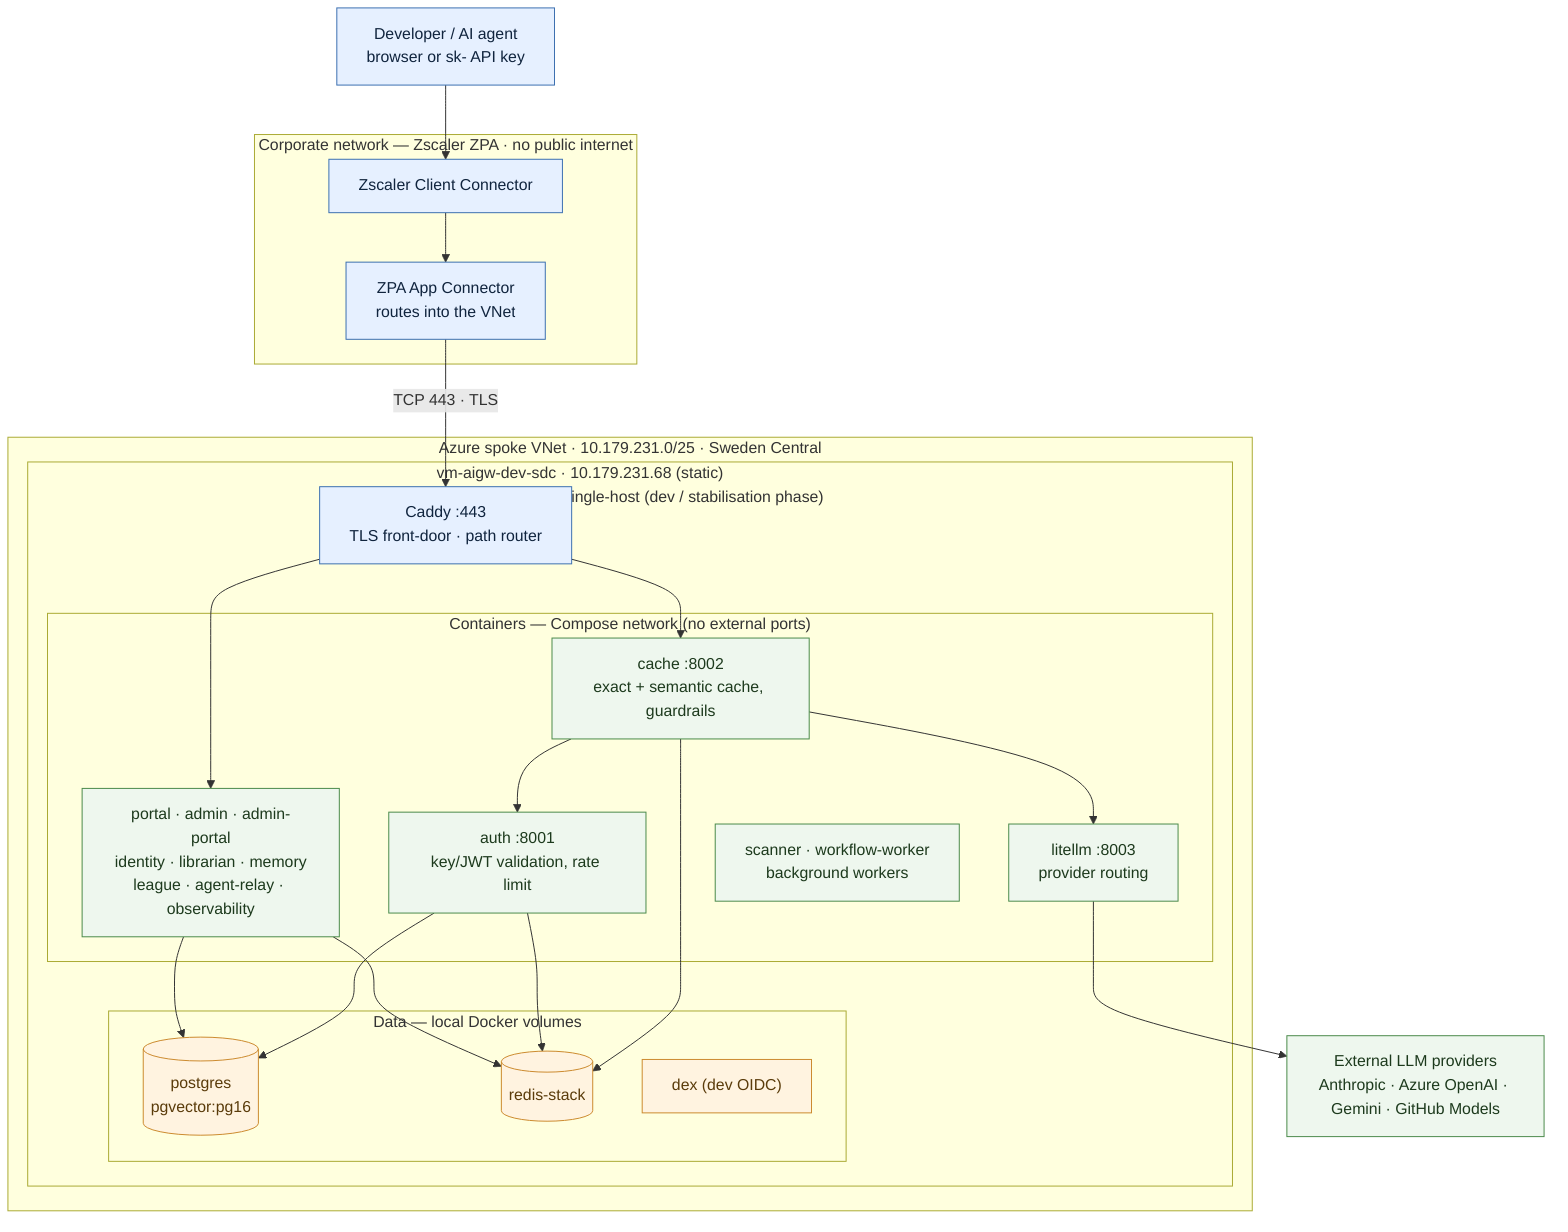
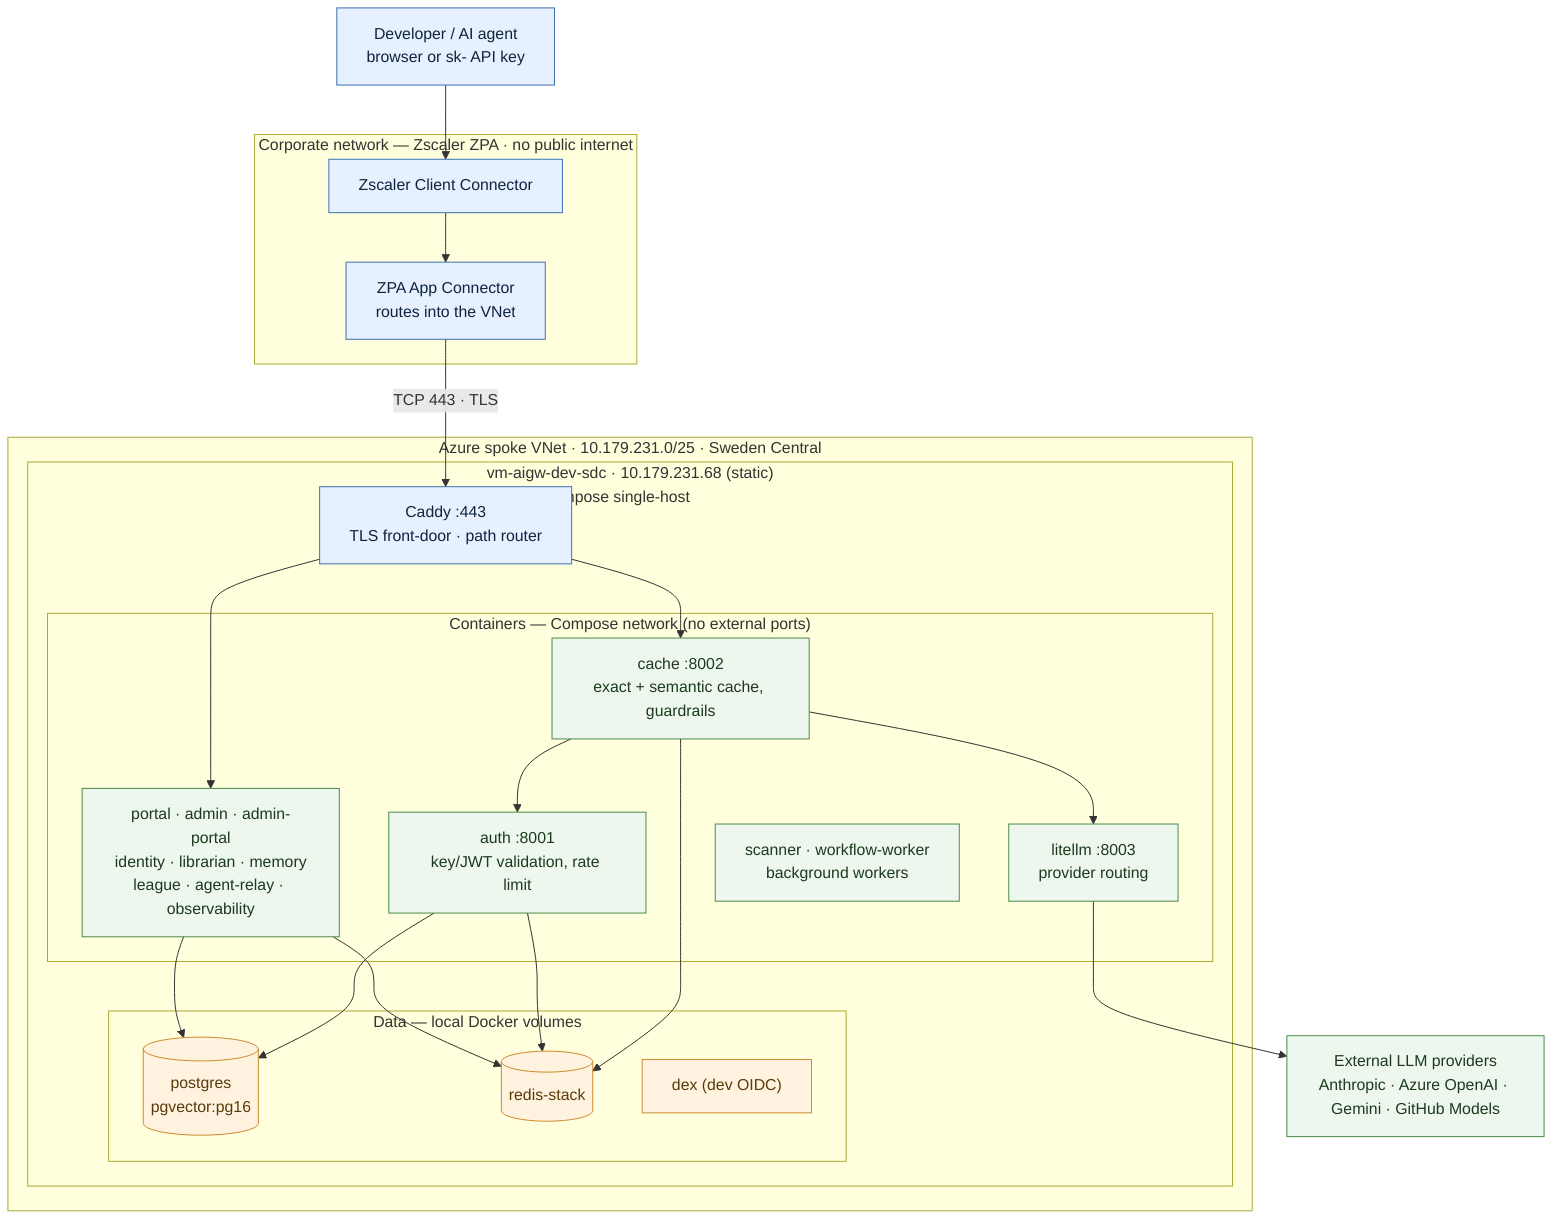
flowchart TB
  dev["Developer / AI agent\nbrowser or sk- API key"]

  subgraph CORP["Corporate network — Zscaler ZPA · no public internet"]
    zcc["Zscaler Client Connector"]
    zpa["ZPA App Connector\nroutes into the VNet"]
  end

  subgraph VNET["Azure spoke VNet · 10.179.231.0/25 · Sweden Central"]
-     subgraph VM["vm-aigw-dev-sdc · 10.179.231.68 (static)\nDocker Compose single-host (dev / stabilisation phase)"]
+     subgraph VM["vm-aigw-dev-sdc · 10.179.231.68 (static)\nDocker Compose single-host"]
      gw["Caddy :443\nTLS front-door · path router"]
      subgraph SVC["Containers — Compose network (no external ports)"]
        auth["auth :8001\nkey/JWT validation, rate limit"]
        cache["cache :8002\nexact + semantic cache, guardrails"]
        litellm["litellm :8003\nprovider routing"]
        rest["portal · admin · admin-portal\nidentity · librarian · memory\nleague · agent-relay · observability"]
        bg["scanner · workflow-worker\nbackground workers"]
      end
      subgraph DATA["Data — local Docker volumes"]
        pg[("postgres\npgvector:pg16")]
        redis[("redis-stack")]
        dex["dex (dev OIDC)"]
      end
    end
  end

  ext["External LLM providers\nAnthropic · Azure OpenAI · Gemini · GitHub Models"]

  dev --> zcc --> zpa -->|"TCP 443 · TLS"| gw
  gw --> cache
  gw --> rest
  cache --> auth
  cache --> redis
  cache --> litellm
  litellm --> ext
  auth --> pg & redis
  rest --> pg & redis

  classDef edge fill:#e6f0ff,stroke:#3b6fb0,color:#10243e;
  classDef svc fill:#eef7ee,stroke:#4a8a4a,color:#1d3a1d;
  classDef data fill:#fff3e0,stroke:#cc8a2e,color:#5a3b0a;
  class dev,zcc,zpa,gw edge;
  class auth,cache,litellm,rest,bg svc;
  class pg,redis,dex data;
  class ext svc;
